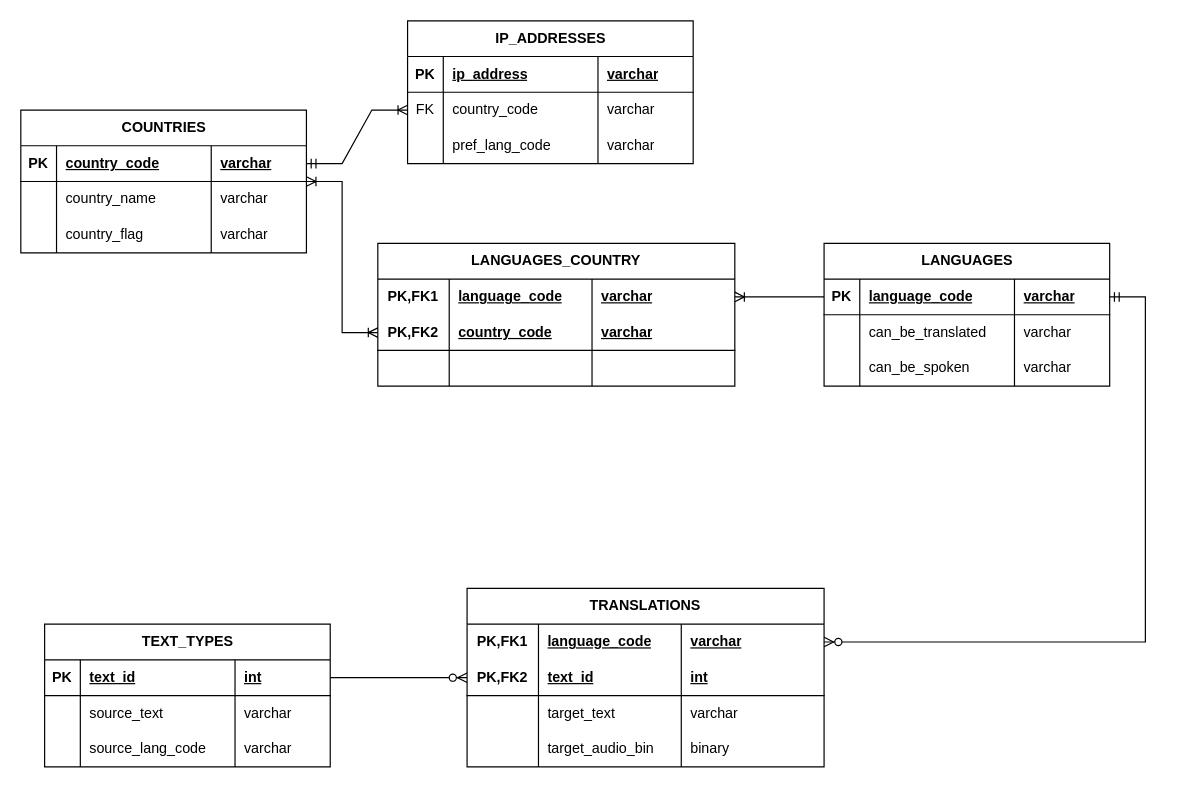
This is page "physical_design" (3 of 3) of documentation/ERD.drawio from LucaBalduzziNI/nimbus-intelligence-coh2-python-project, a draw.io file, before an edit. Source tidied: cells renumbered, new cells numbered last; positions are measured from the earlier drawing's top-left corner, leaving out a move shared by most shapes. Both pictures are drawn from the tidied source at 119%, with x=0, y=0 at pixel (20, 20).
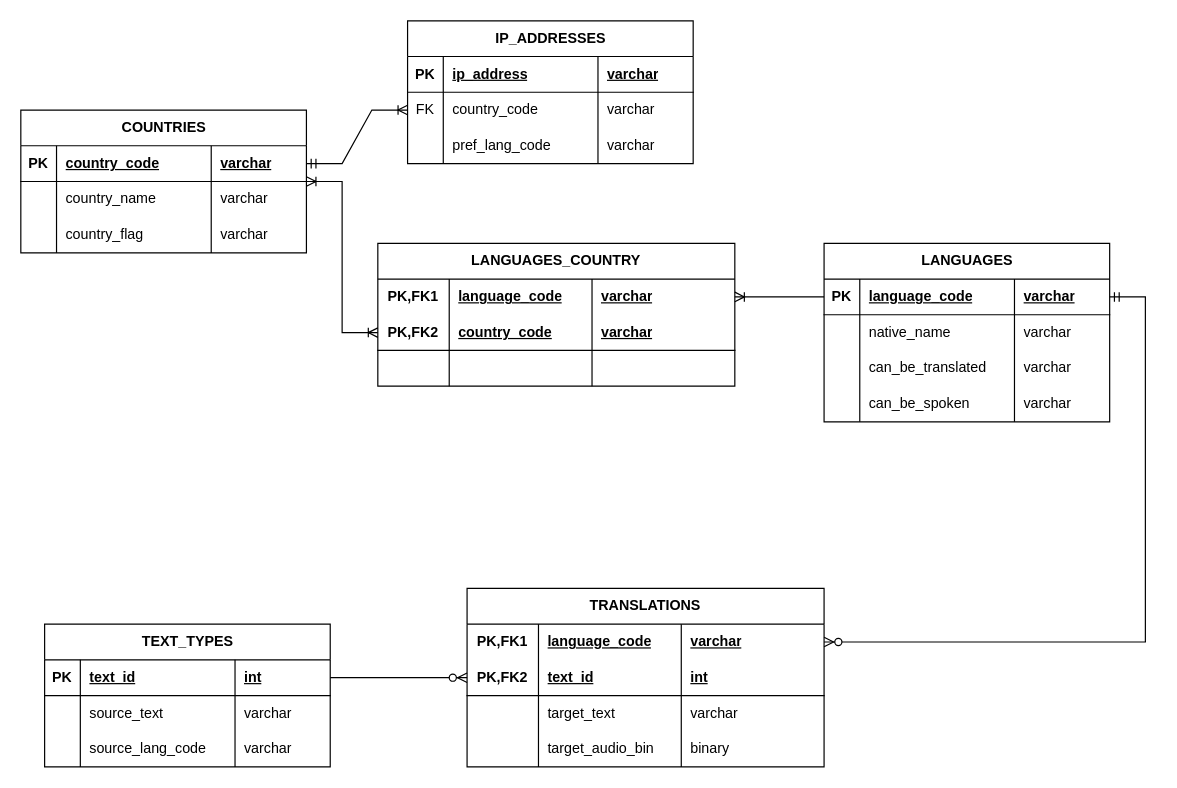
The same diagram, later.

Commit message:
Updated table languages

Diff of the diagram source:
```diff
@@
     <mxCell id="75" value="LANGUAGES" style="shape=table;startSize=30;childLayout=tableLayout;rowLines=0;fontStyle=1;align=center;html=1;" parent="1" vertex="1">
-      <mxGeometry x="675" y="187" width="240" height="120" as="geometry" />
+      <mxGeometry x="675" y="187" width="240" height="150" as="geometry" />
     </mxCell>
@@
+    <mxCell id="89" style="shape=tableRow;horizontal=0;startSize=0;swimlaneHead=0;swimlaneBody=0;fillColor=none;top=0;left=0;right=0;bottom=0;" parent="75" vertex="1">
+      <mxGeometry y="60" width="240" height="30" as="geometry" />
+    </mxCell>
+    <mxCell id="90" style="shape=partialRectangle;fillColor=none;top=0;left=0;bottom=0;right=0;overflow=hidden;whiteSpace=wrap;html=1;" parent="89" vertex="1">
+      <mxGeometry width="30" height="30" as="geometry" />
+    </mxCell>
+    <mxCell id="91" value="native_name" style="shape=partialRectangle;fillColor=none;top=0;left=0;bottom=0;right=0;align=left;spacingLeft=6;overflow=hidden;whiteSpace=wrap;html=1;" parent="89" vertex="1">
+      <mxGeometry x="30" width="130" height="30" as="geometry" />
+    </mxCell>
+    <mxCell id="92" value="varchar" style="shape=partialRectangle;fillColor=none;top=0;left=0;bottom=0;right=0;align=left;spacingLeft=6;overflow=hidden;whiteSpace=wrap;html=1;" parent="89" vertex="1">
+      <mxGeometry x="160" width="80" height="30" as="geometry" />
+    </mxCell>
     <mxCell id="80" style="shape=tableRow;horizontal=0;startSize=0;swimlaneHead=0;swimlaneBody=0;fillColor=none;top=0;left=0;right=0;bottom=0;" parent="75" vertex="1">
-      <mxGeometry y="60" width="240" height="30" as="geometry" />
+      <mxGeometry y="90" width="240" height="30" as="geometry" />
     </mxCell>
@@
     <mxCell id="84" style="shape=tableRow;horizontal=0;startSize=0;swimlaneHead=0;swimlaneBody=0;fillColor=none;top=0;left=0;right=0;bottom=0;" parent="75" vertex="1">
-      <mxGeometry y="90" width="240" height="30" as="geometry" />
+      <mxGeometry y="120" width="240" height="30" as="geometry" />
     </mxCell>
```
